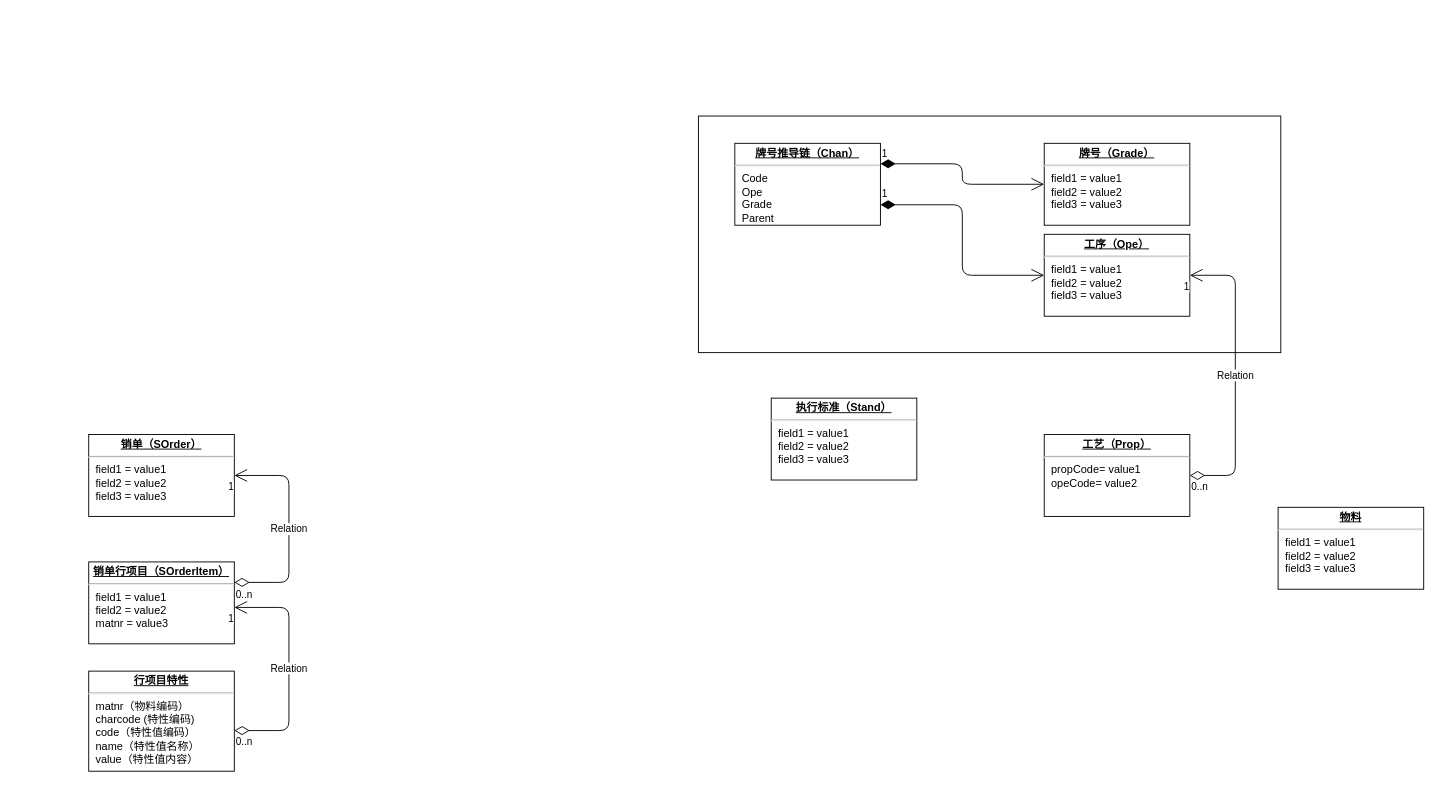
Earlier version of the draw.io diagram Untitled Diagram.drawio (RexCN/mrp). Source tidied: cells renumbered, new cells numbered last; positions are measured from the earlier drawing's top-left corner, leaving out a move shared by most shapes. Both pictures are drawn from the tidied source at 91%, with x=0, y=0 at pixel (88, 116).
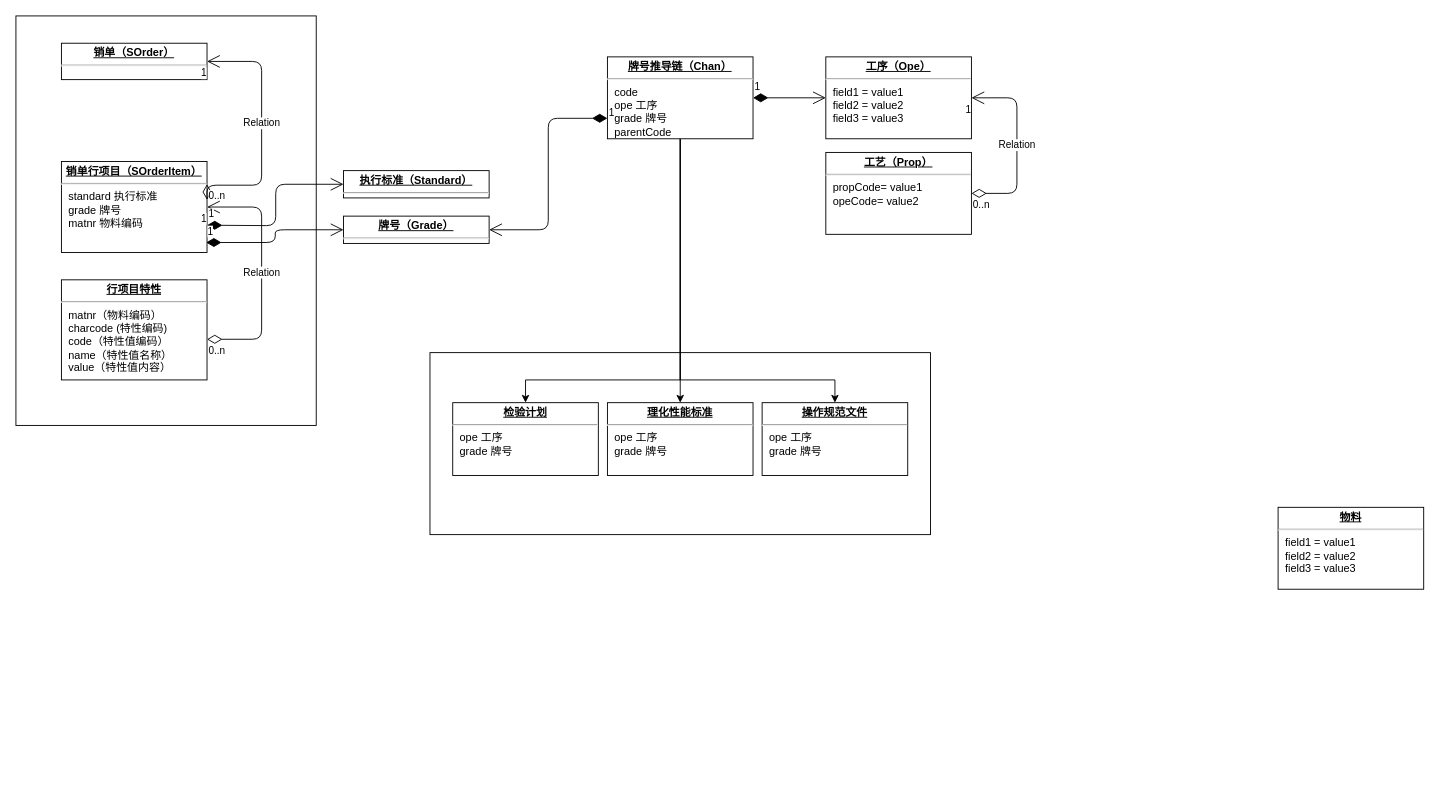
The same page after the edit.

What changed in the source:
```diff
@@
-    <mxCell id="2" style="rounded=0;whiteSpace=wrap;html=1;" parent="1" vertex="1">
-      <mxGeometry x="670" width="640" height="260" as="geometry" />
-    </mxCell>
-    <mxCell id="3" value="&lt;p style=&quot;margin: 0px ; margin-top: 4px ; text-align: center ; text-decoration: underline&quot;&gt;&lt;b&gt;牌号（Grade&lt;/b&gt;&lt;b&gt;）&lt;/b&gt;&lt;/p&gt;&lt;hr&gt;&lt;p style=&quot;margin: 0px ; margin-left: 8px&quot;&gt;field1 = value1&lt;br&gt;field2 = value2&lt;br&gt;field3 = value3&lt;/p&gt;" style="verticalAlign=top;align=left;overflow=fill;fontSize=12;fontFamily=Helvetica;html=1;" parent="1" vertex="1">
-      <mxGeometry x="1050" y="30" width="160" height="90" as="geometry" />
-    </mxCell>
+    <mxCell id="23" style="rounded=0;whiteSpace=wrap;html=1;" parent="1" vertex="1">
+      <mxGeometry x="375" y="260" width="550" height="200" as="geometry" />
+    </mxCell>
+    <mxCell id="24" style="rounded=0;whiteSpace=wrap;html=1;" parent="1" vertex="1">
+      <mxGeometry x="-80" y="-110" width="330" height="450" as="geometry" />
+    </mxCell>
     <mxCell id="4" value="&lt;p style=&quot;margin: 0px ; margin-top: 4px ; text-align: center ; text-decoration: underline&quot;&gt;&lt;b&gt;工序（Ope）&lt;/b&gt;&lt;/p&gt;&lt;hr&gt;&lt;p style=&quot;margin: 0px ; margin-left: 8px&quot;&gt;field1 = value1&lt;br&gt;field2 = value2&lt;br&gt;field3 = value3&lt;/p&gt;" style="verticalAlign=top;align=left;overflow=fill;fontSize=12;fontFamily=Helvetica;html=1;" parent="1" vertex="1">
-      <mxGeometry x="1050" y="130" width="160" height="90" as="geometry" />
+      <mxGeometry x="810" y="-65" width="160" height="90" as="geometry" />
     </mxCell>
     <mxCell id="5" value="&lt;p style=&quot;margin: 0px ; margin-top: 4px ; text-align: center ; text-decoration: underline&quot;&gt;&lt;b&gt;工艺（Prop）&lt;/b&gt;&lt;/p&gt;&lt;hr&gt;&lt;p style=&quot;margin: 0px ; margin-left: 8px&quot;&gt;propCode= value1&lt;br&gt;opeCode= value2&lt;br&gt;&lt;/p&gt;" style="verticalAlign=top;align=left;overflow=fill;fontSize=12;fontFamily=Helvetica;html=1;" parent="1" vertex="1">
-      <mxGeometry x="1050" y="350" width="160" height="90" as="geometry" />
+      <mxGeometry x="810" y="40" width="160" height="90" as="geometry" />
     </mxCell>
+    <mxCell id="25" style="edgeStyle=orthogonalEdgeStyle;rounded=0;jettySize=auto;html=1;exitX=0.5;exitY=1;exitDx=0;exitDy=0;entryX=0.5;entryY=0;entryDx=0;entryDy=0;" parent="1" edge="1" source="6" target="32">
+      <mxGeometry relative="1" as="geometry">
+        <Array as="points">
+          <mxPoint x="650" y="290" />
+          <mxPoint x="480" y="290" />
+        </Array>
+      </mxGeometry>
+    </mxCell>
+    <mxCell id="26" style="edgeStyle=orthogonalEdgeStyle;rounded=0;jettySize=auto;html=1;entryX=0.5;entryY=0;entryDx=0;entryDy=0;" parent="1" edge="1" source="6" target="33">
+      <mxGeometry relative="1" as="geometry">
+        <Array as="points">
+          <mxPoint x="650" y="240" />
+        </Array>
+      </mxGeometry>
+    </mxCell>
+    <mxCell id="27" style="edgeStyle=orthogonalEdgeStyle;rounded=0;jettySize=auto;html=1;entryX=0.5;entryY=0;entryDx=0;entryDy=0;exitX=0.5;exitY=1;exitDx=0;exitDy=0;" parent="1" edge="1" source="6" target="34">
+      <mxGeometry relative="1" as="geometry">
+        <Array as="points">
+          <mxPoint x="650" y="290" />
+          <mxPoint x="820" y="290" />
+        </Array>
+      </mxGeometry>
+    </mxCell>
-    <mxCell id="6" value="&lt;p style=&quot;margin: 0px ; margin-top: 4px ; text-align: center ; text-decoration: underline&quot;&gt;&lt;b&gt;牌号推导链（Chan）&lt;/b&gt;&lt;/p&gt;&lt;hr&gt;&lt;p style=&quot;margin: 0px ; margin-left: 8px&quot;&gt;Code&lt;/p&gt;&lt;p style=&quot;margin: 0px ; margin-left: 8px&quot;&gt;Ope&lt;br&gt;Grade&lt;/p&gt;&lt;p style=&quot;margin: 0px ; margin-left: 8px&quot;&gt;Parent&lt;/p&gt;" style="verticalAlign=top;align=left;overflow=fill;fontSize=12;fontFamily=Helvetica;html=1;" parent="1" vertex="1">
-      <mxGeometry x="710" y="30" width="160" height="90" as="geometry" />
+    <mxCell id="6" value="&lt;p style=&quot;margin: 0px ; margin-top: 4px ; text-align: center ; text-decoration: underline&quot;&gt;&lt;b&gt;牌号推导链（Chan）&lt;/b&gt;&lt;/p&gt;&lt;hr&gt;&lt;p style=&quot;margin: 0px ; margin-left: 8px&quot;&gt;code&lt;/p&gt;&lt;p style=&quot;margin: 0px ; margin-left: 8px&quot;&gt;ope 工序&lt;br&gt;grade 牌号&lt;/p&gt;&lt;p style=&quot;margin: 0px ; margin-left: 8px&quot;&gt;parentCode&lt;/p&gt;" style="verticalAlign=top;align=left;overflow=fill;fontSize=12;fontFamily=Helvetica;html=1;" parent="1" vertex="1">
+      <mxGeometry x="570" y="-65" width="160" height="90" as="geometry" />
     </mxCell>
-    <mxCell id="7" value="1" style="endArrow=open;html=1;endSize=12;startArrow=diamondThin;startSize=14;startFill=1;edgeStyle=orthogonalEdgeStyle;align=left;verticalAlign=bottom;exitX=1;exitY=0.25;exitDx=0;exitDy=0;entryX=0;entryY=0.5;entryDx=0;entryDy=0;" parent="1" edge="1" source="6" target="3">
-      <mxGeometry x="-1" y="3" relative="1" as="geometry" />
-    </mxCell>
-    <mxCell id="8" value="1" style="endArrow=open;html=1;endSize=12;startArrow=diamondThin;startSize=14;startFill=1;edgeStyle=orthogonalEdgeStyle;align=left;verticalAlign=bottom;exitX=1;exitY=0.75;exitDx=0;exitDy=0;entryX=0;entryY=0.5;entryDx=0;entryDy=0;" parent="1" edge="1" source="6" target="4">
+    <mxCell id="8" value="1" style="endArrow=open;html=1;endSize=12;startArrow=diamondThin;startSize=14;startFill=1;edgeStyle=orthogonalEdgeStyle;align=left;verticalAlign=bottom;entryX=0;entryY=0.5;entryDx=0;entryDy=0;exitX=1;exitY=0.5;exitDx=0;exitDy=0;" parent="1" edge="1" source="6" target="4">
       <mxGeometry x="-1" y="3" relative="1" as="geometry" />
     </mxCell>
     <mxCell id="9" value="Relation" style="endArrow=open;html=1;endSize=12;startArrow=diamondThin;startSize=14;startFill=0;edgeStyle=orthogonalEdgeStyle;entryX=1;entryY=0.5;entryDx=0;entryDy=0;exitX=1;exitY=0.5;exitDx=0;exitDy=0;" parent="1" edge="1" source="5" target="4">
       <mxGeometry relative="1" as="geometry">
         <Array as="points">
-          <mxPoint x="1260" y="395" />
-          <mxPoint x="1260" y="175" />
+          <mxPoint x="1020" y="85" />
+          <mxPoint x="1020" y="-20" />
         </Array>
       </mxGeometry>
     </mxCell>
@@
-    <mxCell id="13" value="&lt;p style=&quot;margin: 0px ; margin-top: 4px ; text-align: center ; text-decoration: underline&quot;&gt;&lt;b&gt;执行标准（Stand）&lt;/b&gt;&lt;/p&gt;&lt;hr&gt;&lt;p style=&quot;margin: 0px ; margin-left: 8px&quot;&gt;field1 = value1&lt;br&gt;field2 = value2&lt;br&gt;field3 = value3&lt;/p&gt;" style="verticalAlign=top;align=left;overflow=fill;fontSize=12;fontFamily=Helvetica;html=1;" parent="1" vertex="1">
-      <mxGeometry x="750" y="310" width="160" height="90" as="geometry" />
+    <mxCell id="13" value="&lt;p style=&quot;margin: 0px ; margin-top: 4px ; text-align: center ; text-decoration: underline&quot;&gt;&lt;b&gt;执行标准（Standard）&lt;/b&gt;&lt;/p&gt;&lt;hr&gt;&lt;p style=&quot;margin: 0px ; margin-left: 8px&quot;&gt;&lt;br&gt;&lt;/p&gt;" style="verticalAlign=top;align=left;overflow=fill;fontSize=12;fontFamily=Helvetica;html=1;" parent="1" vertex="1">
+      <mxGeometry x="280" y="60" width="160" height="30" as="geometry" />
     </mxCell>
-    <mxCell id="14" value="&lt;p style=&quot;margin: 0px ; margin-top: 4px ; text-align: center ; text-decoration: underline&quot;&gt;&lt;b&gt;销单（SOrder）&lt;/b&gt;&lt;/p&gt;&lt;hr&gt;&lt;p style=&quot;margin: 0px ; margin-left: 8px&quot;&gt;field1 = value1&lt;br&gt;field2 = value2&lt;br&gt;field3 = value3&lt;/p&gt;" style="verticalAlign=top;align=left;overflow=fill;fontSize=12;fontFamily=Helvetica;html=1;" parent="1" vertex="1">
-      <mxGeometry y="350" width="160" height="90" as="geometry" />
+    <mxCell id="14" value="&lt;p style=&quot;margin: 0px ; margin-top: 4px ; text-align: center ; text-decoration: underline&quot;&gt;&lt;b&gt;销单（SOrder）&lt;/b&gt;&lt;/p&gt;&lt;hr&gt;&lt;p style=&quot;margin: 0px ; margin-left: 8px&quot;&gt;&lt;br&gt;&lt;/p&gt;" style="verticalAlign=top;align=left;overflow=fill;fontSize=12;fontFamily=Helvetica;html=1;" parent="1" vertex="1">
+      <mxGeometry x="-30" y="-80" width="160" height="40" as="geometry" />
     </mxCell>
-    <mxCell id="15" value="&lt;p style=&quot;margin: 0px ; margin-top: 4px ; text-align: center ; text-decoration: underline&quot;&gt;&lt;b&gt;销单行项目（SOrderItem）&lt;/b&gt;&lt;/p&gt;&lt;hr&gt;&lt;p style=&quot;margin: 0px ; margin-left: 8px&quot;&gt;field1 = value1&lt;br&gt;field2 = value2&lt;br&gt;matnr = value3&lt;/p&gt;" style="verticalAlign=top;align=left;overflow=fill;fontSize=12;fontFamily=Helvetica;html=1;" parent="1" vertex="1">
-      <mxGeometry y="490" width="160" height="90" as="geometry" />
+    <mxCell id="15" value="&lt;p style=&quot;margin: 0px ; margin-top: 4px ; text-align: center ; text-decoration: underline&quot;&gt;&lt;b&gt;销单行项目（SOrderItem）&lt;/b&gt;&lt;/p&gt;&lt;hr&gt;&lt;p style=&quot;margin: 0px ; margin-left: 8px&quot;&gt;standard 执行标准&lt;br&gt;grade 牌号&lt;br&gt;&lt;/p&gt;&lt;p style=&quot;margin: 0px ; margin-left: 8px&quot;&gt;matnr 物料编码&lt;/p&gt;" style="verticalAlign=top;align=left;overflow=fill;fontSize=12;fontFamily=Helvetica;html=1;" parent="1" vertex="1">
+      <mxGeometry x="-30" y="50" width="160" height="100" as="geometry" />
     </mxCell>
     <mxCell id="16" value="Relation" style="endArrow=open;html=1;endSize=12;startArrow=diamondThin;startSize=14;startFill=0;edgeStyle=orthogonalEdgeStyle;entryX=1;entryY=0.5;entryDx=0;entryDy=0;exitX=1;exitY=0.25;exitDx=0;exitDy=0;" parent="1" edge="1" source="15" target="14">
       <mxGeometry relative="1" as="geometry">
         <Array as="points">
-          <mxPoint x="220" y="513" />
-          <mxPoint x="220" y="395" />
+          <mxPoint x="190" y="76" />
+          <mxPoint x="190" y="-60" />
         </Array>
       </mxGeometry>
     </mxCell>
@@
     <mxCell id="19" value="&lt;p style=&quot;margin: 0px ; margin-top: 4px ; text-align: center ; text-decoration: underline&quot;&gt;&lt;b&gt;行项目特性&lt;/b&gt;&lt;/p&gt;&lt;hr&gt;&lt;p style=&quot;margin: 0px ; margin-left: 8px&quot;&gt;matnr（物料编码）&lt;/p&gt;&lt;p style=&quot;margin: 0px ; margin-left: 8px&quot;&gt;charcode (特性编码)&lt;/p&gt;&lt;p style=&quot;margin: 0px ; margin-left: 8px&quot;&gt;code（特性值编码）&lt;br&gt;name（特性值名称）&lt;br&gt;value（特性值内容）&lt;/p&gt;" style="verticalAlign=top;align=left;overflow=fill;fontSize=12;fontFamily=Helvetica;html=1;" parent="1" vertex="1">
-      <mxGeometry y="610" width="160" height="110" as="geometry" />
+      <mxGeometry x="-30" y="180" width="160" height="110" as="geometry" />
     </mxCell>
-    <mxCell id="20" value="Relation" style="endArrow=open;html=1;endSize=12;startArrow=diamondThin;startSize=14;startFill=0;edgeStyle=orthogonalEdgeStyle;exitX=1;exitY=0.594;exitDx=0;exitDy=0;exitPerimeter=0;" parent="1" edge="1" source="19">
+    <mxCell id="20" value="Relation" style="endArrow=open;html=1;endSize=12;startArrow=diamondThin;startSize=14;startFill=0;edgeStyle=orthogonalEdgeStyle;exitX=1;exitY=0.594;exitDx=0;exitDy=0;exitPerimeter=0;entryX=1;entryY=0.5;entryDx=0;entryDy=0;" parent="1" edge="1" source="19" target="15">
       <mxGeometry relative="1" as="geometry">
-        <mxPoint x="160" y="540" as="targetPoint" />
         <Array as="points">
-          <mxPoint x="220" y="675" />
-          <mxPoint x="220" y="540" />
+          <mxPoint x="190" y="245" />
+          <mxPoint x="190" y="100" />
         </Array>
       </mxGeometry>
     </mxCell>
@@
+    <mxCell id="28" value="&lt;p style=&quot;margin: 0px ; margin-top: 4px ; text-align: center ; text-decoration: underline&quot;&gt;&lt;b&gt;牌号（Grade）&lt;/b&gt;&lt;/p&gt;&lt;hr&gt;&lt;p style=&quot;margin: 0px ; margin-left: 8px&quot;&gt;&lt;br&gt;&lt;/p&gt;" style="verticalAlign=top;align=left;overflow=fill;fontSize=12;fontFamily=Helvetica;html=1;" parent="1" vertex="1">
+      <mxGeometry x="280" y="110" width="160" height="30" as="geometry" />
+    </mxCell>
+    <mxCell id="29" value="1" style="endArrow=open;html=1;endSize=12;startArrow=diamondThin;startSize=14;startFill=1;edgeStyle=orthogonalEdgeStyle;align=left;verticalAlign=bottom;entryX=0;entryY=0.5;entryDx=0;entryDy=0;" parent="1" edge="1" target="13">
+      <mxGeometry x="-1" y="3" relative="1" as="geometry">
+        <mxPoint x="130" y="120" as="sourcePoint" />
+      </mxGeometry>
+    </mxCell>
+    <mxCell id="30" value="1" style="endArrow=open;html=1;endSize=12;startArrow=diamondThin;startSize=14;startFill=1;edgeStyle=orthogonalEdgeStyle;align=left;verticalAlign=bottom;exitX=0.994;exitY=0.89;exitDx=0;exitDy=0;entryX=0;entryY=0.5;entryDx=0;entryDy=0;exitPerimeter=0;" parent="1" edge="1" source="15" target="28">
+      <mxGeometry x="-1" y="3" relative="1" as="geometry" />
+    </mxCell>
+    <mxCell id="31" value="1" style="endArrow=open;html=1;endSize=12;startArrow=diamondThin;startSize=14;startFill=1;edgeStyle=orthogonalEdgeStyle;align=left;verticalAlign=bottom;exitX=0;exitY=0.75;exitDx=0;exitDy=0;entryX=1;entryY=0.5;entryDx=0;entryDy=0;" parent="1" edge="1" source="6" target="28">
+      <mxGeometry x="-1" y="3" relative="1" as="geometry" />
+    </mxCell>
+    <mxCell id="32" value="&lt;p style=&quot;margin: 0px ; margin-top: 4px ; text-align: center ; text-decoration: underline&quot;&gt;&lt;b&gt;检验计划&lt;/b&gt;&lt;/p&gt;&lt;hr&gt;&lt;p style=&quot;margin: 0px ; margin-left: 8px&quot;&gt;ope 工序&lt;br&gt;grade 牌号&lt;br&gt;&lt;/p&gt;" style="verticalAlign=top;align=left;overflow=fill;fontSize=12;fontFamily=Helvetica;html=1;" parent="1" vertex="1">
+      <mxGeometry x="400" y="315" width="160" height="80" as="geometry" />
+    </mxCell>
+    <mxCell id="33" value="&lt;p style=&quot;margin: 0px ; margin-top: 4px ; text-align: center ; text-decoration: underline&quot;&gt;&lt;b&gt;理化性能标准&lt;/b&gt;&lt;/p&gt;&lt;hr&gt;&lt;p style=&quot;margin: 0px ; margin-left: 8px&quot;&gt;ope 工序&lt;br&gt;grade 牌号&lt;br&gt;&lt;/p&gt;" style="verticalAlign=top;align=left;overflow=fill;fontSize=12;fontFamily=Helvetica;html=1;" parent="1" vertex="1">
+      <mxGeometry x="570" y="315" width="160" height="80" as="geometry" />
+    </mxCell>
+    <mxCell id="34" value="&lt;p style=&quot;margin: 0px ; margin-top: 4px ; text-align: center ; text-decoration: underline&quot;&gt;&lt;b&gt;操作规范文件&lt;/b&gt;&lt;/p&gt;&lt;hr&gt;&lt;p style=&quot;margin: 0px ; margin-left: 8px&quot;&gt;ope 工序&lt;br&gt;grade 牌号&lt;br&gt;&lt;/p&gt;" style="verticalAlign=top;align=left;overflow=fill;fontSize=12;fontFamily=Helvetica;html=1;" parent="1" vertex="1">
+      <mxGeometry x="740" y="315" width="160" height="80" as="geometry" />
+    </mxCell>
```
